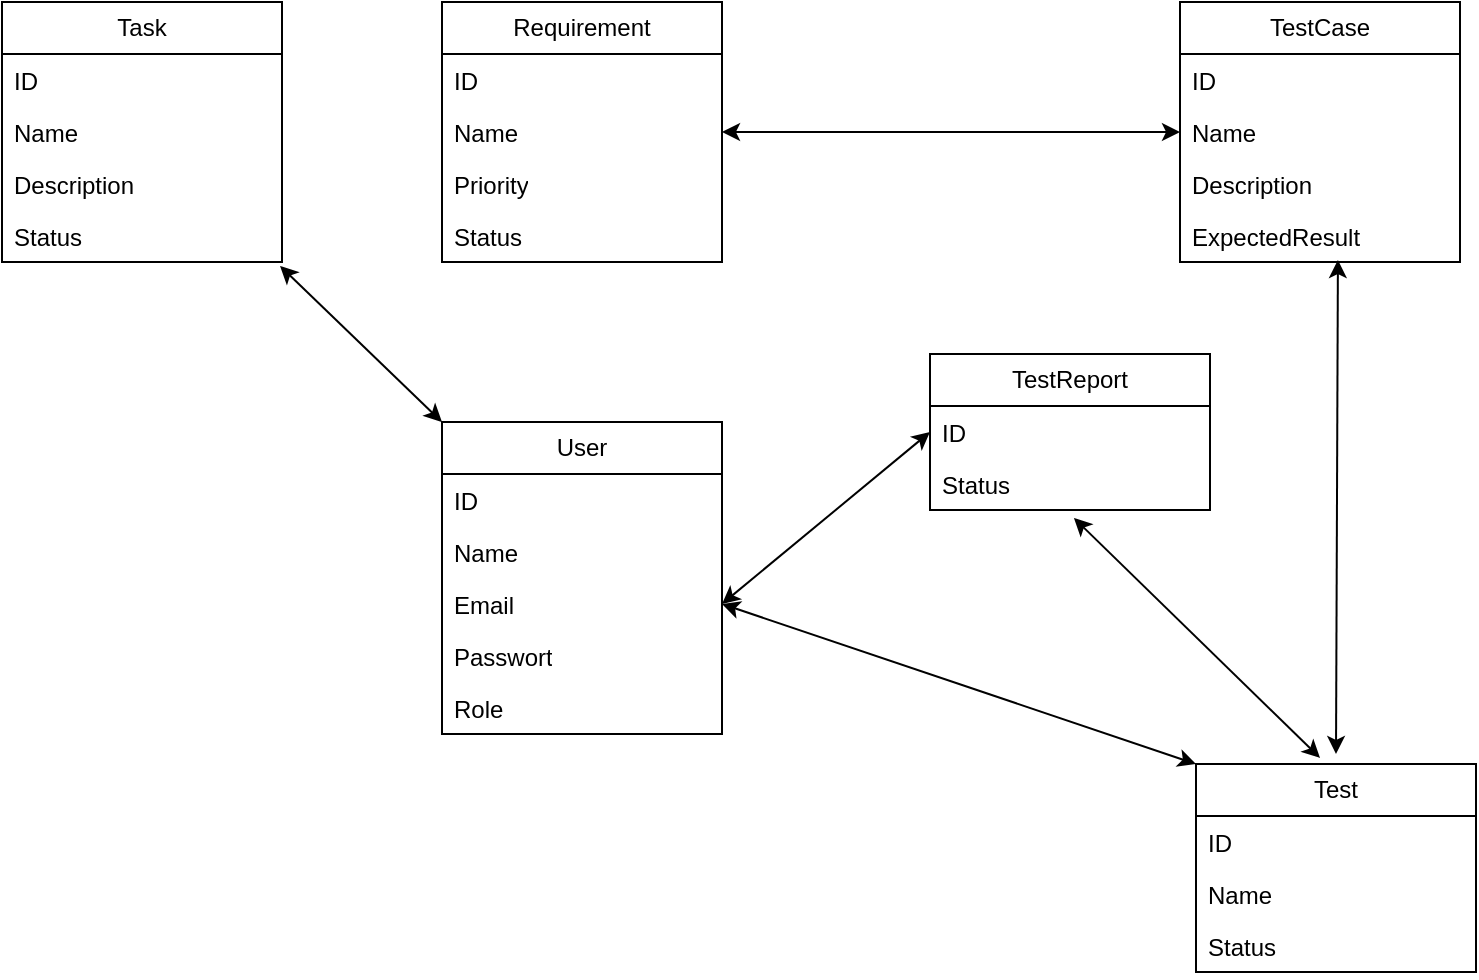
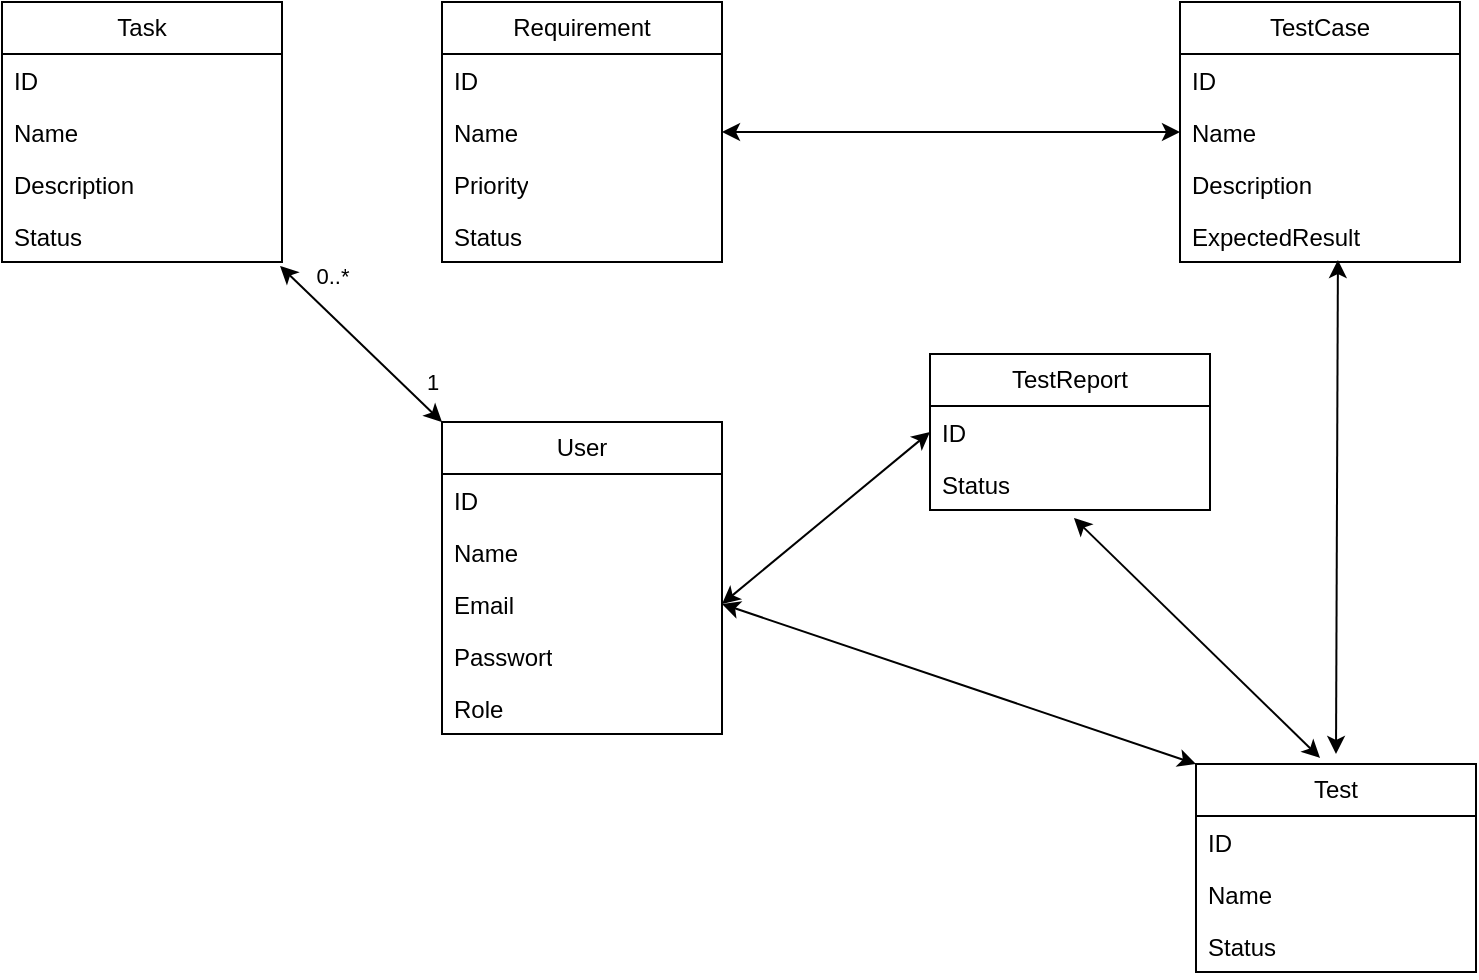
<mxfile host="app.diagrams.net" agent="Mozilla/5.0 (Macintosh; Intel Mac OS X 10_15_7) AppleWebKit/605.1.15 (KHTML, like Gecko) Version/26.2 Safari/605.1.15" version="29.6.4">
  <diagram name="Page-1" id="9UJmMtd8jPqIVRHSLT7q">
    <mxGraphModel dx="946" dy="642" grid="1" gridSize="10" guides="1" tooltips="1" connect="1" arrows="1" fold="1" page="1" pageScale="1" pageWidth="827" pageHeight="1169" math="0" shadow="0">
      <root>
        <mxCell id="0" />
        <mxCell id="1" parent="0" />
        <mxCell id="j4pG7-vl0huJbFuu1q33-1" parent="1" style="swimlane;fontStyle=0;childLayout=stackLayout;horizontal=1;startSize=26;fillColor=none;horizontalStack=0;resizeParent=1;resizeParentMax=0;resizeLast=0;collapsible=1;marginBottom=0;whiteSpace=wrap;html=1;" value="User" vertex="1">
          <mxGeometry height="156" width="140" x="310" y="310" as="geometry" />
        </mxCell>
        <mxCell id="j4pG7-vl0huJbFuu1q33-2" parent="j4pG7-vl0huJbFuu1q33-1" style="text;strokeColor=none;fillColor=none;align=left;verticalAlign=top;spacingLeft=4;spacingRight=4;overflow=hidden;rotatable=0;points=[[0,0.5],[1,0.5]];portConstraint=eastwest;whiteSpace=wrap;html=1;" value="ID" vertex="1">
          <mxGeometry height="26" width="140" y="26" as="geometry" />
        </mxCell>
        <mxCell id="j4pG7-vl0huJbFuu1q33-3" parent="j4pG7-vl0huJbFuu1q33-1" style="text;strokeColor=none;fillColor=none;align=left;verticalAlign=top;spacingLeft=4;spacingRight=4;overflow=hidden;rotatable=0;points=[[0,0.5],[1,0.5]];portConstraint=eastwest;whiteSpace=wrap;html=1;" value="Name" vertex="1">
          <mxGeometry height="26" width="140" y="52" as="geometry" />
        </mxCell>
        <mxCell id="j4pG7-vl0huJbFuu1q33-4" parent="j4pG7-vl0huJbFuu1q33-1" style="text;strokeColor=none;fillColor=none;align=left;verticalAlign=top;spacingLeft=4;spacingRight=4;overflow=hidden;rotatable=0;points=[[0,0.5],[1,0.5]];portConstraint=eastwest;whiteSpace=wrap;html=1;" value="Email" vertex="1">
          <mxGeometry height="26" width="140" y="78" as="geometry" />
        </mxCell>
        <mxCell id="o-WvR14eICfOpZ58rvUq-1" parent="j4pG7-vl0huJbFuu1q33-1" style="text;strokeColor=none;fillColor=none;align=left;verticalAlign=top;spacingLeft=4;spacingRight=4;overflow=hidden;rotatable=0;points=[[0,0.5],[1,0.5]];portConstraint=eastwest;whiteSpace=wrap;html=1;" value="Passwort" vertex="1">
          <mxGeometry height="26" width="140" y="104" as="geometry" />
        </mxCell>
        <mxCell id="o-WvR14eICfOpZ58rvUq-2" parent="j4pG7-vl0huJbFuu1q33-1" style="text;strokeColor=none;fillColor=none;align=left;verticalAlign=top;spacingLeft=4;spacingRight=4;overflow=hidden;rotatable=0;points=[[0,0.5],[1,0.5]];portConstraint=eastwest;whiteSpace=wrap;html=1;" value="Role" vertex="1">
          <mxGeometry height="26" width="140" y="130" as="geometry" />
        </mxCell>
        <mxCell id="o-WvR14eICfOpZ58rvUq-3" parent="1" style="swimlane;fontStyle=0;childLayout=stackLayout;horizontal=1;startSize=26;fillColor=none;horizontalStack=0;resizeParent=1;resizeParentMax=0;resizeLast=0;collapsible=1;marginBottom=0;whiteSpace=wrap;html=1;" value="Requirement" vertex="1">
          <mxGeometry height="130" width="140" x="310" y="100" as="geometry" />
        </mxCell>
        <mxCell id="o-WvR14eICfOpZ58rvUq-4" parent="o-WvR14eICfOpZ58rvUq-3" style="text;strokeColor=none;fillColor=none;align=left;verticalAlign=top;spacingLeft=4;spacingRight=4;overflow=hidden;rotatable=0;points=[[0,0.5],[1,0.5]];portConstraint=eastwest;whiteSpace=wrap;html=1;" value="ID" vertex="1">
          <mxGeometry height="26" width="140" y="26" as="geometry" />
        </mxCell>
        <mxCell id="o-WvR14eICfOpZ58rvUq-5" parent="o-WvR14eICfOpZ58rvUq-3" style="text;strokeColor=none;fillColor=none;align=left;verticalAlign=top;spacingLeft=4;spacingRight=4;overflow=hidden;rotatable=0;points=[[0,0.5],[1,0.5]];portConstraint=eastwest;whiteSpace=wrap;html=1;" value="Name" vertex="1">
          <mxGeometry height="26" width="140" y="52" as="geometry" />
        </mxCell>
        <mxCell id="o-WvR14eICfOpZ58rvUq-6" parent="o-WvR14eICfOpZ58rvUq-3" style="text;strokeColor=none;fillColor=none;align=left;verticalAlign=top;spacingLeft=4;spacingRight=4;overflow=hidden;rotatable=0;points=[[0,0.5],[1,0.5]];portConstraint=eastwest;whiteSpace=wrap;html=1;" value="Priority" vertex="1">
          <mxGeometry height="26" width="140" y="78" as="geometry" />
        </mxCell>
        <mxCell id="o-WvR14eICfOpZ58rvUq-7" parent="o-WvR14eICfOpZ58rvUq-3" style="text;strokeColor=none;fillColor=none;align=left;verticalAlign=top;spacingLeft=4;spacingRight=4;overflow=hidden;rotatable=0;points=[[0,0.5],[1,0.5]];portConstraint=eastwest;whiteSpace=wrap;html=1;" value="Status" vertex="1">
          <mxGeometry height="26" width="140" y="104" as="geometry" />
        </mxCell>
        <mxCell id="o-WvR14eICfOpZ58rvUq-9" parent="1" style="swimlane;fontStyle=0;childLayout=stackLayout;horizontal=1;startSize=26;fillColor=none;horizontalStack=0;resizeParent=1;resizeParentMax=0;resizeLast=0;collapsible=1;marginBottom=0;whiteSpace=wrap;html=1;" value="TestCase" vertex="1">
          <mxGeometry height="130" width="140" x="679" y="100" as="geometry" />
        </mxCell>
        <mxCell id="o-WvR14eICfOpZ58rvUq-10" parent="o-WvR14eICfOpZ58rvUq-9" style="text;strokeColor=none;fillColor=none;align=left;verticalAlign=top;spacingLeft=4;spacingRight=4;overflow=hidden;rotatable=0;points=[[0,0.5],[1,0.5]];portConstraint=eastwest;whiteSpace=wrap;html=1;" value="ID" vertex="1">
          <mxGeometry height="26" width="140" y="26" as="geometry" />
        </mxCell>
        <mxCell id="o-WvR14eICfOpZ58rvUq-11" parent="o-WvR14eICfOpZ58rvUq-9" style="text;strokeColor=none;fillColor=none;align=left;verticalAlign=top;spacingLeft=4;spacingRight=4;overflow=hidden;rotatable=0;points=[[0,0.5],[1,0.5]];portConstraint=eastwest;whiteSpace=wrap;html=1;" value="Name" vertex="1">
          <mxGeometry height="26" width="140" y="52" as="geometry" />
        </mxCell>
        <mxCell id="o-WvR14eICfOpZ58rvUq-12" parent="o-WvR14eICfOpZ58rvUq-9" style="text;strokeColor=none;fillColor=none;align=left;verticalAlign=top;spacingLeft=4;spacingRight=4;overflow=hidden;rotatable=0;points=[[0,0.5],[1,0.5]];portConstraint=eastwest;whiteSpace=wrap;html=1;" value="Description" vertex="1">
          <mxGeometry height="26" width="140" y="78" as="geometry" />
        </mxCell>
        <mxCell id="o-WvR14eICfOpZ58rvUq-13" parent="o-WvR14eICfOpZ58rvUq-9" style="text;strokeColor=none;fillColor=none;align=left;verticalAlign=top;spacingLeft=4;spacingRight=4;overflow=hidden;rotatable=0;points=[[0,0.5],[1,0.5]];portConstraint=eastwest;whiteSpace=wrap;html=1;" value="ExpectedResult" vertex="1">
          <mxGeometry height="26" width="140" y="104" as="geometry" />
        </mxCell>
        <mxCell id="o-WvR14eICfOpZ58rvUq-14" parent="1" style="swimlane;fontStyle=0;childLayout=stackLayout;horizontal=1;startSize=26;fillColor=none;horizontalStack=0;resizeParent=1;resizeParentMax=0;resizeLast=0;collapsible=1;marginBottom=0;whiteSpace=wrap;html=1;" value="Test" vertex="1">
          <mxGeometry height="104" width="140" x="687" y="481" as="geometry" />
        </mxCell>
        <mxCell id="o-WvR14eICfOpZ58rvUq-15" parent="o-WvR14eICfOpZ58rvUq-14" style="text;strokeColor=none;fillColor=none;align=left;verticalAlign=top;spacingLeft=4;spacingRight=4;overflow=hidden;rotatable=0;points=[[0,0.5],[1,0.5]];portConstraint=eastwest;whiteSpace=wrap;html=1;" value="ID" vertex="1">
          <mxGeometry height="26" width="140" y="26" as="geometry" />
        </mxCell>
        <mxCell id="o-WvR14eICfOpZ58rvUq-16" parent="o-WvR14eICfOpZ58rvUq-14" style="text;strokeColor=none;fillColor=none;align=left;verticalAlign=top;spacingLeft=4;spacingRight=4;overflow=hidden;rotatable=0;points=[[0,0.5],[1,0.5]];portConstraint=eastwest;whiteSpace=wrap;html=1;" value="Name" vertex="1">
          <mxGeometry height="26" width="140" y="52" as="geometry" />
        </mxCell>
        <mxCell id="o-WvR14eICfOpZ58rvUq-17" parent="o-WvR14eICfOpZ58rvUq-14" style="text;strokeColor=none;fillColor=none;align=left;verticalAlign=top;spacingLeft=4;spacingRight=4;overflow=hidden;rotatable=0;points=[[0,0.5],[1,0.5]];portConstraint=eastwest;whiteSpace=wrap;html=1;" value="Status" vertex="1">
          <mxGeometry height="26" width="140" y="78" as="geometry" />
        </mxCell>
        <mxCell id="o-WvR14eICfOpZ58rvUq-19" parent="1" style="swimlane;fontStyle=0;childLayout=stackLayout;horizontal=1;startSize=26;fillColor=none;horizontalStack=0;resizeParent=1;resizeParentMax=0;resizeLast=0;collapsible=1;marginBottom=0;whiteSpace=wrap;html=1;" value="Task" vertex="1">
          <mxGeometry height="130" width="140" x="90" y="100" as="geometry" />
        </mxCell>
        <mxCell id="o-WvR14eICfOpZ58rvUq-20" parent="o-WvR14eICfOpZ58rvUq-19" style="text;strokeColor=none;fillColor=none;align=left;verticalAlign=top;spacingLeft=4;spacingRight=4;overflow=hidden;rotatable=0;points=[[0,0.5],[1,0.5]];portConstraint=eastwest;whiteSpace=wrap;html=1;" value="ID" vertex="1">
          <mxGeometry height="26" width="140" y="26" as="geometry" />
        </mxCell>
        <mxCell id="o-WvR14eICfOpZ58rvUq-21" parent="o-WvR14eICfOpZ58rvUq-19" style="text;strokeColor=none;fillColor=none;align=left;verticalAlign=top;spacingLeft=4;spacingRight=4;overflow=hidden;rotatable=0;points=[[0,0.5],[1,0.5]];portConstraint=eastwest;whiteSpace=wrap;html=1;" value="Name" vertex="1">
          <mxGeometry height="26" width="140" y="52" as="geometry" />
        </mxCell>
        <mxCell id="o-WvR14eICfOpZ58rvUq-22" parent="o-WvR14eICfOpZ58rvUq-19" style="text;strokeColor=none;fillColor=none;align=left;verticalAlign=top;spacingLeft=4;spacingRight=4;overflow=hidden;rotatable=0;points=[[0,0.5],[1,0.5]];portConstraint=eastwest;whiteSpace=wrap;html=1;" value="Description" vertex="1">
          <mxGeometry height="26" width="140" y="78" as="geometry" />
        </mxCell>
        <mxCell id="o-WvR14eICfOpZ58rvUq-23" parent="o-WvR14eICfOpZ58rvUq-19" style="text;strokeColor=none;fillColor=none;align=left;verticalAlign=top;spacingLeft=4;spacingRight=4;overflow=hidden;rotatable=0;points=[[0,0.5],[1,0.5]];portConstraint=eastwest;whiteSpace=wrap;html=1;" value="Status" vertex="1">
          <mxGeometry height="26" width="140" y="104" as="geometry" />
        </mxCell>
        <mxCell id="o-WvR14eICfOpZ58rvUq-24" parent="1" style="swimlane;fontStyle=0;childLayout=stackLayout;horizontal=1;startSize=26;fillColor=none;horizontalStack=0;resizeParent=1;resizeParentMax=0;resizeLast=0;collapsible=1;marginBottom=0;whiteSpace=wrap;html=1;" value="TestReport" vertex="1">
          <mxGeometry height="78" width="140" x="554" y="276" as="geometry" />
        </mxCell>
        <mxCell id="o-WvR14eICfOpZ58rvUq-25" parent="o-WvR14eICfOpZ58rvUq-24" style="text;strokeColor=none;fillColor=none;align=left;verticalAlign=top;spacingLeft=4;spacingRight=4;overflow=hidden;rotatable=0;points=[[0,0.5],[1,0.5]];portConstraint=eastwest;whiteSpace=wrap;html=1;" value="ID" vertex="1">
          <mxGeometry height="26" width="140" y="26" as="geometry" />
        </mxCell>
        <mxCell id="o-WvR14eICfOpZ58rvUq-27" parent="o-WvR14eICfOpZ58rvUq-24" style="text;strokeColor=none;fillColor=none;align=left;verticalAlign=top;spacingLeft=4;spacingRight=4;overflow=hidden;rotatable=0;points=[[0,0.5],[1,0.5]];portConstraint=eastwest;whiteSpace=wrap;html=1;" value="Status" vertex="1">
          <mxGeometry height="26" width="140" y="52" as="geometry" />
        </mxCell>
        <mxCell id="o-WvR14eICfOpZ58rvUq-29" edge="1" parent="1" source="j4pG7-vl0huJbFuu1q33-1" style="endArrow=classic;startArrow=classic;html=1;rounded=0;exitX=0;exitY=0;exitDx=0;exitDy=0;entryX=0.993;entryY=1.077;entryDx=0;entryDy=0;entryPerimeter=0;" target="o-WvR14eICfOpZ58rvUq-23" value="">
          <mxGeometry height="50" relative="1" width="50" as="geometry">
            <Array as="points" />
            <mxPoint x="390" y="356" as="sourcePoint" />
            <mxPoint x="200" y="300" as="targetPoint" />
          </mxGeometry>
        </mxCell>
+         <mxCell id="o-WvR14eICfOpZ58rvUq-35" connectable="0" parent="o-WvR14eICfOpZ58rvUq-29" style="edgeLabel;html=1;align=center;verticalAlign=middle;resizable=0;points=[];" value="0..*" vertex="1">
+           <mxGeometry relative="1" x="0.623" as="geometry">
+             <mxPoint x="10" y="-10" as="offset" />
+           </mxGeometry>
+         </mxCell>
        <mxCell id="o-WvR14eICfOpZ58rvUq-30" edge="1" parent="1" source="j4pG7-vl0huJbFuu1q33-4" style="endArrow=classic;startArrow=classic;html=1;rounded=0;exitX=1;exitY=0.5;exitDx=0;exitDy=0;entryX=0;entryY=0;entryDx=0;entryDy=0;" target="o-WvR14eICfOpZ58rvUq-14" value="">
          <mxGeometry height="50" relative="1" width="50" as="geometry">
            <Array as="points" />
            <mxPoint x="335" y="329" as="sourcePoint" />
            <mxPoint x="254" y="251" as="targetPoint" />
          </mxGeometry>
        </mxCell>
        <mxCell id="o-WvR14eICfOpZ58rvUq-31" edge="1" parent="1" source="j4pG7-vl0huJbFuu1q33-4" style="endArrow=classic;startArrow=classic;html=1;rounded=0;exitX=1;exitY=0.5;exitDx=0;exitDy=0;entryX=0;entryY=0.5;entryDx=0;entryDy=0;" target="o-WvR14eICfOpZ58rvUq-25" value="">
          <mxGeometry height="50" relative="1" width="50" as="geometry">
            <Array as="points" />
            <mxPoint x="480" y="440" as="sourcePoint" />
            <mxPoint x="550" y="520" as="targetPoint" />
          </mxGeometry>
        </mxCell>
        <mxCell id="o-WvR14eICfOpZ58rvUq-32" edge="1" parent="1" source="o-WvR14eICfOpZ58rvUq-14" style="endArrow=classic;startArrow=classic;html=1;rounded=0;entryX=0.514;entryY=1.154;entryDx=0;entryDy=0;entryPerimeter=0;exitX=0.443;exitY=-0.029;exitDx=0;exitDy=0;exitPerimeter=0;" target="o-WvR14eICfOpZ58rvUq-27" value="">
          <mxGeometry height="50" relative="1" width="50" as="geometry">
            <Array as="points" />
            <mxPoint x="592" y="480" as="sourcePoint" />
            <mxPoint x="560" y="380" as="targetPoint" />
          </mxGeometry>
        </mxCell>
        <mxCell id="o-WvR14eICfOpZ58rvUq-33" edge="1" parent="1" source="o-WvR14eICfOpZ58rvUq-11" style="endArrow=classic;startArrow=classic;html=1;rounded=0;entryX=1;entryY=0.5;entryDx=0;entryDy=0;exitX=0;exitY=0.5;exitDx=0;exitDy=0;" target="o-WvR14eICfOpZ58rvUq-5" value="">
          <mxGeometry height="50" relative="1" width="50" as="geometry">
            <Array as="points" />
            <mxPoint x="591" y="302" as="sourcePoint" />
            <mxPoint x="591" y="234" as="targetPoint" />
          </mxGeometry>
        </mxCell>
        <mxCell id="o-WvR14eICfOpZ58rvUq-34" edge="1" parent="1" style="endArrow=classic;startArrow=classic;html=1;rounded=0;entryX=0.564;entryY=0.962;entryDx=0;entryDy=0;entryPerimeter=0;exitX=0.443;exitY=-0.029;exitDx=0;exitDy=0;exitPerimeter=0;" target="o-WvR14eICfOpZ58rvUq-13" value="">
          <mxGeometry height="50" relative="1" width="50" as="geometry">
            <Array as="points" />
            <mxPoint x="757" y="476" as="sourcePoint" />
            <mxPoint x="600" y="410" as="targetPoint" />
          </mxGeometry>
        </mxCell>
+         <mxCell id="o-WvR14eICfOpZ58rvUq-36" connectable="0" parent="1" style="edgeLabel;html=1;align=center;verticalAlign=middle;resizable=0;points=[];" value="1" vertex="1">
+           <mxGeometry x="300" y="289" as="geometry">
+             <mxPoint x="5" y="1" as="offset" />
+           </mxGeometry>
+         </mxCell>
      </root>
    </mxGraphModel>
  </diagram>
</mxfile>
